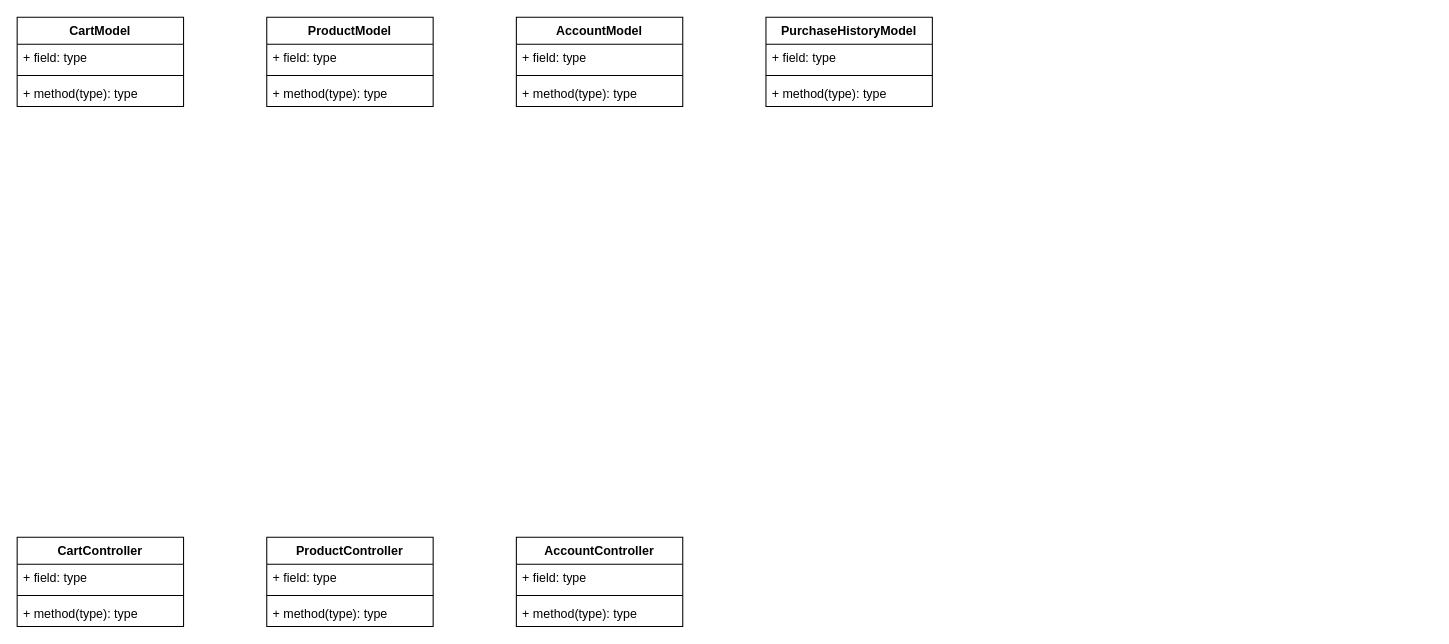
This is Nam3_HK1/CNPM_SoftTech/SơĐồClass.drawio from EdgarIgnite16/SGU-Course, a draw.io file, before an edit. Source tidied: cells renumbered, new cells numbered last; positions are measured from the earlier drawing's top-left corner, leaving out a move shared by most shapes. Both pictures are drawn from the tidied source at 104%, with x=0, y=0 at pixel (17, 17).
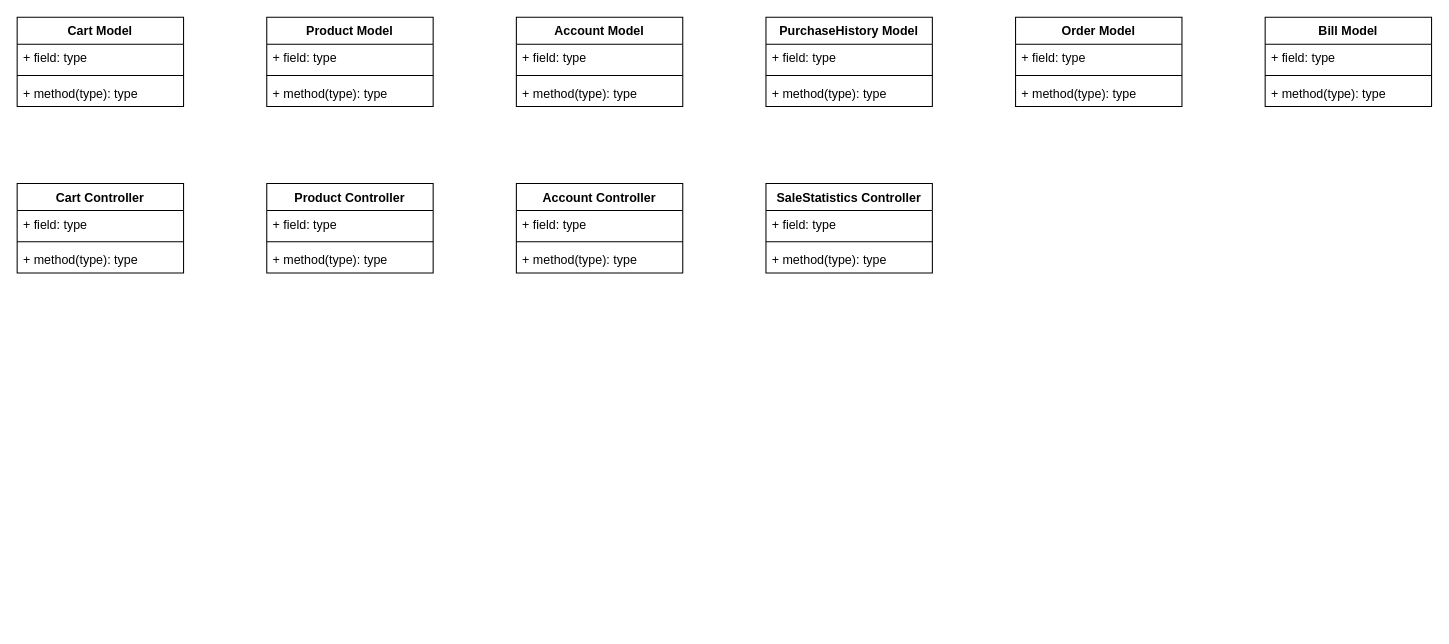
Above is the later version.

Change to the diagram source:
```diff
@@
-    <mxCell id="2" value="ProductController" style="swimlane;fontStyle=1;align=center;verticalAlign=top;horizontal=1;startSize=26;" parent="1" vertex="1">
-      <mxGeometry x="240" y="500" width="160" height="86" as="geometry" />
+    <mxCell id="2" value="Product Controller" style="swimlane;fontStyle=1;align=center;verticalAlign=top;horizontal=1;startSize=26;" parent="1" vertex="1">
+      <mxGeometry x="240" y="160" width="160" height="86" as="geometry" />
     </mxCell>
@@
-    <mxCell id="6" value="CartController" style="swimlane;fontStyle=1;align=center;verticalAlign=top;horizontal=1;startSize=26;" parent="1" vertex="1">
-      <mxGeometry y="500" width="160" height="86" as="geometry" />
+    <mxCell id="6" value="Cart Controller" style="swimlane;fontStyle=1;align=center;verticalAlign=top;horizontal=1;startSize=26;" parent="1" vertex="1">
+      <mxGeometry y="160" width="160" height="86" as="geometry" />
     </mxCell>
@@
-    <mxCell id="10" value="ProductModel" style="swimlane;fontStyle=1;align=center;verticalAlign=top;horizontal=1;startSize=26;" parent="1" vertex="1">
+    <mxCell id="10" value="Product Model" style="swimlane;fontStyle=1;align=center;verticalAlign=top;horizontal=1;startSize=26;" parent="1" vertex="1">
       <mxGeometry x="240" width="160" height="86" as="geometry" />
     </mxCell>
@@
-    <mxCell id="14" value="CartModel" style="swimlane;fontStyle=1;align=center;verticalAlign=top;horizontal=1;startSize=26;" parent="1" vertex="1">
+    <mxCell id="14" value="Cart Model" style="swimlane;fontStyle=1;align=center;verticalAlign=top;horizontal=1;startSize=26;" parent="1" vertex="1">
       <mxGeometry width="160" height="86" as="geometry" />
     </mxCell>
@@
-    <mxCell id="18" value="AccountModel" style="swimlane;fontStyle=1;align=center;verticalAlign=top;horizontal=1;startSize=26;" parent="1" vertex="1">
+    <mxCell id="18" value="Account Model" style="swimlane;fontStyle=1;align=center;verticalAlign=top;horizontal=1;startSize=26;" parent="1" vertex="1">
       <mxGeometry x="480" width="160" height="86" as="geometry" />
     </mxCell>
@@
-    <mxCell id="22" value="AccountController" style="swimlane;fontStyle=1;align=center;verticalAlign=top;horizontal=1;startSize=26;" parent="1" vertex="1">
-      <mxGeometry x="480" y="500" width="160" height="86" as="geometry" />
+    <mxCell id="22" value="Account Controller" style="swimlane;fontStyle=1;align=center;verticalAlign=top;horizontal=1;startSize=26;" parent="1" vertex="1">
+      <mxGeometry x="480" y="160" width="160" height="86" as="geometry" />
     </mxCell>
@@
-    <mxCell id="26" value="PurchaseHistoryModel" style="swimlane;fontStyle=1;align=center;verticalAlign=top;horizontal=1;startSize=26;" parent="1" vertex="1">
+    <mxCell id="26" value="PurchaseHistory Model" style="swimlane;fontStyle=1;align=center;verticalAlign=top;horizontal=1;startSize=26;" parent="1" vertex="1">
       <mxGeometry x="720" width="160" height="86" as="geometry" />
     </mxCell>
@@
+    <mxCell id="30" value="Order Model" style="swimlane;fontStyle=1;align=center;verticalAlign=top;horizontal=1;startSize=26;" parent="1" vertex="1">
+      <mxGeometry x="960" width="160" height="86" as="geometry" />
+    </mxCell>
+    <mxCell id="31" value="+ field: type" style="text;strokeColor=none;fillColor=none;align=left;verticalAlign=top;spacingLeft=4;spacingRight=4;overflow=hidden;" parent="30" vertex="1">
+      <mxGeometry y="26" width="160" height="26" as="geometry" />
+    </mxCell>
+    <mxCell id="32" style="line;strokeWidth=1;fillColor=none;align=left;verticalAlign=middle;spacingTop=-1;spacingLeft=3;spacingRight=3;labelPosition=right;" parent="30" vertex="1">
+      <mxGeometry y="52" width="160" height="8" as="geometry" />
+    </mxCell>
+    <mxCell id="33" value="+ method(type): type" style="text;strokeColor=none;fillColor=none;align=left;verticalAlign=top;spacingLeft=4;spacingRight=4;overflow=hidden;" parent="30" vertex="1">
+      <mxGeometry y="60" width="160" height="26" as="geometry" />
+    </mxCell>
+    <mxCell id="34" value="Bill Model" style="swimlane;fontStyle=1;align=center;verticalAlign=top;horizontal=1;startSize=26;" parent="1" vertex="1">
+      <mxGeometry x="1200" width="160" height="86" as="geometry" />
+    </mxCell>
+    <mxCell id="35" value="+ field: type" style="text;strokeColor=none;fillColor=none;align=left;verticalAlign=top;spacingLeft=4;spacingRight=4;overflow=hidden;" parent="34" vertex="1">
+      <mxGeometry y="26" width="160" height="26" as="geometry" />
+    </mxCell>
+    <mxCell id="36" style="line;strokeWidth=1;fillColor=none;align=left;verticalAlign=middle;spacingTop=-1;spacingLeft=3;spacingRight=3;labelPosition=right;" parent="34" vertex="1">
+      <mxGeometry y="52" width="160" height="8" as="geometry" />
+    </mxCell>
+    <mxCell id="37" value="+ method(type): type" style="text;strokeColor=none;fillColor=none;align=left;verticalAlign=top;spacingLeft=4;spacingRight=4;overflow=hidden;" parent="34" vertex="1">
+      <mxGeometry y="60" width="160" height="26" as="geometry" />
+    </mxCell>
+    <mxCell id="38" value="SaleStatistics Controller" style="swimlane;fontStyle=1;align=center;verticalAlign=top;horizontal=1;startSize=26;" parent="1" vertex="1">
+      <mxGeometry x="720" y="160" width="160" height="86" as="geometry" />
+    </mxCell>
+    <mxCell id="39" value="+ field: type" style="text;strokeColor=none;fillColor=none;align=left;verticalAlign=top;spacingLeft=4;spacingRight=4;overflow=hidden;" parent="38" vertex="1">
+      <mxGeometry y="26" width="160" height="26" as="geometry" />
+    </mxCell>
+    <mxCell id="40" style="line;strokeWidth=1;fillColor=none;align=left;verticalAlign=middle;spacingTop=-1;spacingLeft=3;spacingRight=3;labelPosition=right;" parent="38" vertex="1">
+      <mxGeometry y="52" width="160" height="8" as="geometry" />
+    </mxCell>
+    <mxCell id="41" value="+ method(type): type" style="text;strokeColor=none;fillColor=none;align=left;verticalAlign=top;spacingLeft=4;spacingRight=4;overflow=hidden;" parent="38" vertex="1">
+      <mxGeometry y="60" width="160" height="26" as="geometry" />
+    </mxCell>
```
